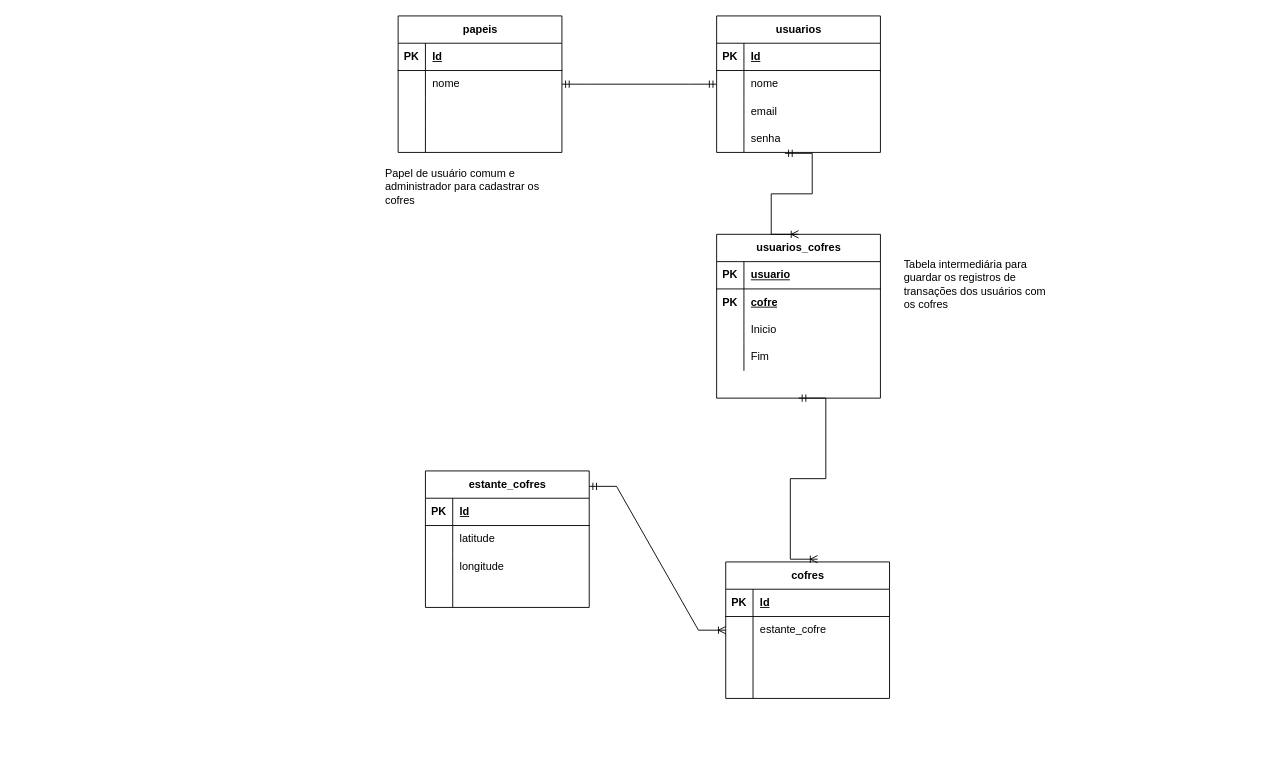
Antonio-Zago/CofreEletronico keeps this draw.io diagram as DER.drawio. Above is the earlier version. Source tidied: cells renumbered, new cells numbered last; positions are measured from the earlier drawing's top-left corner, leaving out a move shared by most shapes. Both pictures are drawn from the tidied source at 91%, with x=0, y=0 at pixel (379, 15).
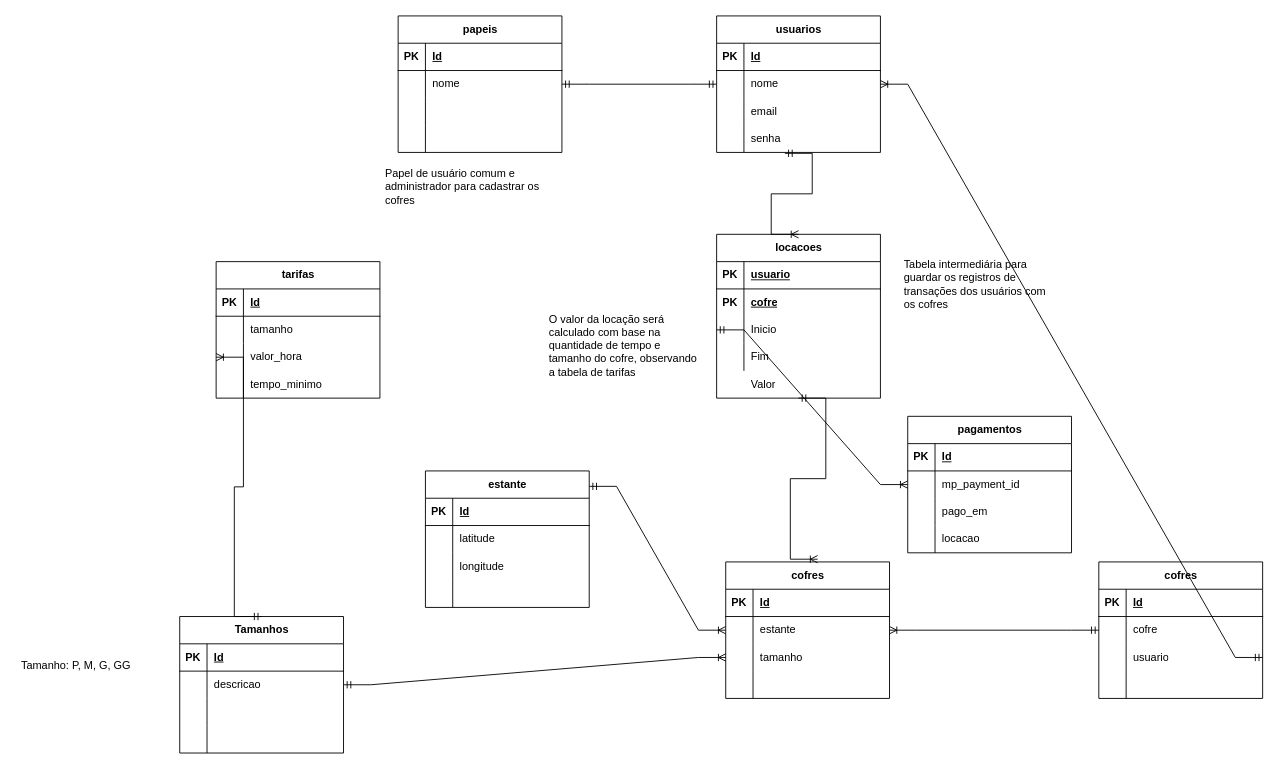
The same diagram, later.

The change refers to these unchanged cells:
```xml
<mxCell id="6" style="shape=tableRow;horizontal=0;startSize=0;swimlaneHead=0;swimlaneBody=0;fillColor=none;points=[[0,0.5],[1,0.5]];portConstraint=eastwest;top=0;left=0;right=0;bottom=0;" parent="2" vertex="1">
  <mxGeometry y="60" width="180" height="30" as="geometry" />
</mxCell>
<mxCell id="32" style="shape=tableRow;horizontal=0;startSize=0;swimlaneHead=0;swimlaneBody=0;fillColor=none;points=[[0,0.5],[1,0.5]];portConstraint=eastwest;top=0;left=0;right=0;bottom=0;" parent="28" vertex="1">
  <mxGeometry y="60" width="180" height="30" as="geometry" />
</mxCell>
<mxCell id="35" style="shape=tableRow;horizontal=0;startSize=0;swimlaneHead=0;swimlaneBody=0;fillColor=none;points=[[0,0.5],[1,0.5]];portConstraint=eastwest;top=0;left=0;right=0;bottom=0;" parent="28" vertex="1">
  <mxGeometry y="90" width="180" height="30" as="geometry" />
</mxCell>
<mxCell id="49" style="shape=tableRow;horizontal=0;startSize=0;swimlaneHead=0;swimlaneBody=0;fillColor=none;points=[[0,0.5],[1,0.5]];portConstraint=eastwest;top=0;left=0;right=0;bottom=0;" parent="42" vertex="1">
  <mxGeometry y="90" width="180" height="30" as="geometry" />
</mxCell>
```

What changed in the source:
```diff
@@
-    <mxCell id="15" value="estante_cofres" style="shape=table;startSize=30;childLayout=tableLayout;rowLines=0;fontStyle=1;align=center;html=1;" parent="1" vertex="1">
+    <mxCell id="15" value="estante" style="shape=table;startSize=30;childLayout=tableLayout;rowLines=0;fontStyle=1;align=center;html=1;" parent="1" vertex="1">
       <mxGeometry x="50" y="500" width="180" height="150" as="geometry" />
     </mxCell>
@@
-    <mxCell id="34" value="estante_cofre" style="shape=partialRectangle;fillColor=none;top=0;left=0;bottom=0;right=0;align=left;spacingLeft=6;overflow=hidden;whiteSpace=wrap;html=1;" parent="32" vertex="1">
+    <mxCell id="34" value="estante" style="shape=partialRectangle;fillColor=none;top=0;left=0;bottom=0;right=0;align=left;spacingLeft=6;overflow=hidden;whiteSpace=wrap;html=1;" parent="32" vertex="1">
       <mxGeometry x="30" width="150" height="30" as="geometry" />
     </mxCell>
@@
-    <mxCell id="37" style="shape=partialRectangle;fillColor=none;top=0;left=0;bottom=0;right=0;align=left;spacingLeft=6;overflow=hidden;whiteSpace=wrap;html=1;" parent="35" vertex="1">
+    <mxCell id="37" value="tamanho" style="shape=partialRectangle;fillColor=none;top=0;left=0;bottom=0;right=0;align=left;spacingLeft=6;overflow=hidden;whiteSpace=wrap;html=1;" parent="35" vertex="1">
       <mxGeometry x="30" width="150" height="30" as="geometry" />
     </mxCell>
@@
-    <mxCell id="42" value="usuarios_cofres" style="shape=table;startSize=30;childLayout=tableLayout;rowLines=0;fontStyle=1;align=center;html=1;" parent="1" vertex="1">
+    <mxCell id="42" value="locacoes" style="shape=table;startSize=30;childLayout=tableLayout;rowLines=0;fontStyle=1;align=center;html=1;" parent="1" vertex="1">
       <mxGeometry x="370" y="240" width="180" height="180" as="geometry" />
     </mxCell>
@@
+    <mxCell id="77" value="tarifas" style="shape=table;startSize=30;childLayout=tableLayout;rowLines=0;fontStyle=1;align=center;html=1;" parent="1" vertex="1">
+      <mxGeometry x="-180" y="270" width="180" height="150" as="geometry" />
+    </mxCell>
+    <mxCell id="78" style="shape=tableRow;horizontal=0;startSize=0;swimlaneHead=0;swimlaneBody=0;fillColor=none;top=0;left=0;right=0;bottom=1;" parent="77" vertex="1">
+      <mxGeometry y="30" width="180" height="30" as="geometry" />
+    </mxCell>
+    <mxCell id="79" value="PK" style="shape=partialRectangle;fillColor=none;top=0;left=0;bottom=0;right=0;fontStyle=1;overflow=hidden;whiteSpace=wrap;html=1;" parent="78" vertex="1">
+      <mxGeometry width="30" height="30" as="geometry" />
+    </mxCell>
+    <mxCell id="80" value="Id" style="shape=partialRectangle;fillColor=none;top=0;left=0;bottom=0;right=0;align=left;spacingLeft=6;fontStyle=5;overflow=hidden;whiteSpace=wrap;html=1;" parent="78" vertex="1">
+      <mxGeometry x="30" width="150" height="30" as="geometry" />
+    </mxCell>
+    <mxCell id="81" style="shape=tableRow;horizontal=0;startSize=0;swimlaneHead=0;swimlaneBody=0;fillColor=none;top=0;left=0;right=0;bottom=0;" parent="77" vertex="1">
+      <mxGeometry y="60" width="180" height="30" as="geometry" />
+    </mxCell>
+    <mxCell id="82" style="shape=partialRectangle;fillColor=none;top=0;left=0;bottom=0;right=0;overflow=hidden;whiteSpace=wrap;html=1;" parent="81" vertex="1">
+      <mxGeometry width="30" height="30" as="geometry" />
+    </mxCell>
+    <mxCell id="83" value="tamanho" style="shape=partialRectangle;fillColor=none;top=0;left=0;bottom=0;right=0;align=left;spacingLeft=6;overflow=hidden;whiteSpace=wrap;html=1;" parent="81" vertex="1">
+      <mxGeometry x="30" width="150" height="30" as="geometry" />
+    </mxCell>
+    <mxCell id="84" style="shape=tableRow;horizontal=0;startSize=0;swimlaneHead=0;swimlaneBody=0;fillColor=none;points=[[0,0.5],[1,0.5]];portConstraint=eastwest;top=0;left=0;right=0;bottom=0;" parent="77" vertex="1">
+      <mxGeometry y="90" width="180" height="30" as="geometry" />
+    </mxCell>
+    <mxCell id="85" style="shape=partialRectangle;fillColor=none;top=0;left=0;bottom=0;right=0;overflow=hidden;whiteSpace=wrap;html=1;" parent="84" vertex="1">
+      <mxGeometry width="30" height="30" as="geometry" />
+    </mxCell>
+    <mxCell id="86" value="valor_hora" style="shape=partialRectangle;fillColor=none;top=0;left=0;bottom=0;right=0;align=left;spacingLeft=6;overflow=hidden;whiteSpace=wrap;html=1;" parent="84" vertex="1">
+      <mxGeometry x="30" width="150" height="30" as="geometry" />
+    </mxCell>
+    <mxCell id="87" style="shape=tableRow;horizontal=0;startSize=0;swimlaneHead=0;swimlaneBody=0;fillColor=none;top=0;left=0;right=0;bottom=0;" parent="77" vertex="1">
+      <mxGeometry y="120" width="180" height="30" as="geometry" />
+    </mxCell>
+    <mxCell id="88" style="shape=partialRectangle;fillColor=none;top=0;left=0;bottom=0;right=0;overflow=hidden;whiteSpace=wrap;html=1;" parent="87" vertex="1">
+      <mxGeometry width="30" height="30" as="geometry" />
+    </mxCell>
+    <mxCell id="89" value="tempo_minimo" style="shape=partialRectangle;fillColor=none;top=0;left=0;bottom=0;right=0;align=left;spacingLeft=6;overflow=hidden;whiteSpace=wrap;html=1;" parent="87" vertex="1">
+      <mxGeometry x="30" width="150" height="30" as="geometry" />
+    </mxCell>
+    <mxCell id="90" value="Tamanho: P, M, G, GG" style="text;strokeColor=none;fillColor=none;spacingLeft=4;spacingRight=4;overflow=hidden;fontSize=12;whiteSpace=wrap;html=1;" parent="1" vertex="1">
+      <mxGeometry x="-400" y="700" width="180" height="50" as="geometry" />
+    </mxCell>
+    <mxCell id="91" value="Tamanhos" style="shape=table;startSize=30;childLayout=tableLayout;rowLines=0;fontStyle=1;align=center;html=1;" parent="1" vertex="1">
+      <mxGeometry x="-220" y="660" width="180" height="150" as="geometry" />
+    </mxCell>
+    <mxCell id="92" style="shape=tableRow;horizontal=0;startSize=0;swimlaneHead=0;swimlaneBody=0;fillColor=none;top=0;left=0;right=0;bottom=1;" parent="91" vertex="1">
+      <mxGeometry y="30" width="180" height="30" as="geometry" />
+    </mxCell>
+    <mxCell id="93" value="PK" style="shape=partialRectangle;fillColor=none;top=0;left=0;bottom=0;right=0;fontStyle=1;overflow=hidden;whiteSpace=wrap;html=1;" parent="92" vertex="1">
+      <mxGeometry width="30" height="30" as="geometry" />
+    </mxCell>
+    <mxCell id="94" value="Id" style="shape=partialRectangle;fillColor=none;top=0;left=0;bottom=0;right=0;align=left;spacingLeft=6;fontStyle=5;overflow=hidden;whiteSpace=wrap;html=1;" parent="92" vertex="1">
+      <mxGeometry x="30" width="150" height="30" as="geometry" />
+    </mxCell>
+    <mxCell id="95" style="shape=tableRow;horizontal=0;startSize=0;swimlaneHead=0;swimlaneBody=0;fillColor=none;points=[[0,0.5],[1,0.5]];portConstraint=eastwest;top=0;left=0;right=0;bottom=0;" parent="91" vertex="1">
+      <mxGeometry y="60" width="180" height="30" as="geometry" />
+    </mxCell>
+    <mxCell id="96" style="shape=partialRectangle;fillColor=none;top=0;left=0;bottom=0;right=0;overflow=hidden;whiteSpace=wrap;html=1;" parent="95" vertex="1">
+      <mxGeometry width="30" height="30" as="geometry" />
+    </mxCell>
+    <mxCell id="97" value="descricao" style="shape=partialRectangle;fillColor=none;top=0;left=0;bottom=0;right=0;align=left;spacingLeft=6;overflow=hidden;whiteSpace=wrap;html=1;" parent="95" vertex="1">
+      <mxGeometry x="30" width="150" height="30" as="geometry" />
+    </mxCell>
+    <mxCell id="98" style="shape=tableRow;horizontal=0;startSize=0;swimlaneHead=0;swimlaneBody=0;fillColor=none;top=0;left=0;right=0;bottom=0;" parent="91" vertex="1">
+      <mxGeometry y="90" width="180" height="30" as="geometry" />
+    </mxCell>
+    <mxCell id="99" style="shape=partialRectangle;fillColor=none;top=0;left=0;bottom=0;right=0;overflow=hidden;whiteSpace=wrap;html=1;" parent="98" vertex="1">
+      <mxGeometry width="30" height="30" as="geometry" />
+    </mxCell>
+    <mxCell id="100" style="shape=partialRectangle;fillColor=none;top=0;left=0;bottom=0;right=0;align=left;spacingLeft=6;overflow=hidden;whiteSpace=wrap;html=1;" parent="98" vertex="1">
+      <mxGeometry x="30" width="150" height="30" as="geometry" />
+    </mxCell>
+    <mxCell id="101" style="shape=tableRow;horizontal=0;startSize=0;swimlaneHead=0;swimlaneBody=0;fillColor=none;top=0;left=0;right=0;bottom=0;" parent="91" vertex="1">
+      <mxGeometry y="120" width="180" height="30" as="geometry" />
+    </mxCell>
+    <mxCell id="102" style="shape=partialRectangle;fillColor=none;top=0;left=0;bottom=0;right=0;overflow=hidden;whiteSpace=wrap;html=1;" parent="101" vertex="1">
+      <mxGeometry width="30" height="30" as="geometry" />
+    </mxCell>
+    <mxCell id="103" style="shape=partialRectangle;fillColor=none;top=0;left=0;bottom=0;right=0;align=left;spacingLeft=6;overflow=hidden;whiteSpace=wrap;html=1;" parent="101" vertex="1">
+      <mxGeometry x="30" width="150" height="30" as="geometry" />
+    </mxCell>
+    <mxCell id="104" style="edgeStyle=entityRelationEdgeStyle;fontSize=12;html=1;endArrow=ERoneToMany;startArrow=ERmandOne;rounded=0;exitX=1;exitY=0.5;exitDx=0;exitDy=0;entryX=0;entryY=0.5;entryDx=0;entryDy=0;" parent="1" edge="1" source="95" target="35">
+      <mxGeometry relative="1" as="geometry">
+        <Array as="points">
+          <mxPoint x="12" y="855" />
+          <mxPoint x="92" y="925" />
+          <mxPoint x="72" y="935" />
+          <mxPoint x="82" y="902" />
+          <mxPoint x="32" y="955" />
+        </Array>
+      </mxGeometry>
+    </mxCell>
+    <mxCell id="105" style="edgeStyle=entityRelationEdgeStyle;fontSize=12;html=1;endArrow=ERoneToMany;startArrow=ERmandOne;rounded=0;exitX=0.5;exitY=0;exitDx=0;exitDy=0;entryX=0;entryY=0.5;entryDx=0;entryDy=0;" parent="1" edge="1" source="91" target="84">
+      <mxGeometry relative="1" as="geometry">
+        <Array as="points">
+          <mxPoint x="-388" y="670" />
+          <mxPoint x="-308" y="740" />
+          <mxPoint x="-328" y="750" />
+          <mxPoint x="-318" y="717" />
+          <mxPoint x="-368" y="770" />
+        </Array>
+      </mxGeometry>
+    </mxCell>
+    <mxCell id="106" value="O valor da locação será calculado com base na quantidade de tempo e tamanho do cofre, observando a tabela de tarifas" style="text;strokeColor=none;fillColor=none;spacingLeft=4;spacingRight=4;overflow=hidden;fontSize=12;whiteSpace=wrap;html=1;" parent="1" vertex="1">
+      <mxGeometry x="180" y="320" width="180" height="100" as="geometry" />
+    </mxCell>
+    <mxCell id="107" value="Valor" style="shape=partialRectangle;fillColor=none;top=0;left=0;bottom=0;right=0;align=left;spacingLeft=6;overflow=hidden;whiteSpace=wrap;html=1;" parent="1" vertex="1">
+      <mxGeometry x="400" y="390" width="150" height="30" as="geometry" />
+    </mxCell>
+    <mxCell id="108" value="pagamentos" style="shape=table;startSize=30;childLayout=tableLayout;rowLines=0;fontStyle=1;align=center;html=1;" parent="1" vertex="1">
+      <mxGeometry x="580" y="440" width="180" height="150" as="geometry" />
+    </mxCell>
+    <mxCell id="109" style="shape=tableRow;horizontal=0;startSize=0;swimlaneHead=0;swimlaneBody=0;fillColor=none;top=0;left=0;right=0;bottom=1;" parent="108" vertex="1">
+      <mxGeometry y="30" width="180" height="30" as="geometry" />
+    </mxCell>
+    <mxCell id="110" value="PK" style="shape=partialRectangle;fillColor=none;top=0;left=0;bottom=0;right=0;fontStyle=1;overflow=hidden;whiteSpace=wrap;html=1;" parent="109" vertex="1">
+      <mxGeometry width="30" height="30" as="geometry" />
+    </mxCell>
+    <mxCell id="111" value="Id" style="shape=partialRectangle;fillColor=none;top=0;left=0;bottom=0;right=0;align=left;spacingLeft=6;fontStyle=5;overflow=hidden;whiteSpace=wrap;html=1;" parent="109" vertex="1">
+      <mxGeometry x="30" width="150" height="30" as="geometry" />
+    </mxCell>
+    <mxCell id="112" style="shape=tableRow;horizontal=0;startSize=0;swimlaneHead=0;swimlaneBody=0;fillColor=none;points=[[0,0.5],[1,0.5]];portConstraint=eastwest;top=0;left=0;right=0;bottom=0;" parent="108" vertex="1">
+      <mxGeometry y="60" width="180" height="30" as="geometry" />
+    </mxCell>
+    <mxCell id="113" style="shape=partialRectangle;fillColor=none;top=0;left=0;bottom=0;right=0;overflow=hidden;whiteSpace=wrap;html=1;" parent="112" vertex="1">
+      <mxGeometry width="30" height="30" as="geometry" />
+    </mxCell>
+    <mxCell id="114" value="mp_payment_id" style="shape=partialRectangle;fillColor=none;top=0;left=0;bottom=0;right=0;align=left;spacingLeft=6;overflow=hidden;whiteSpace=wrap;html=1;" parent="112" vertex="1">
+      <mxGeometry x="30" width="150" height="30" as="geometry" />
+    </mxCell>
+    <mxCell id="115" style="shape=tableRow;horizontal=0;startSize=0;swimlaneHead=0;swimlaneBody=0;fillColor=none;top=0;left=0;right=0;bottom=0;" parent="108" vertex="1">
+      <mxGeometry y="90" width="180" height="30" as="geometry" />
+    </mxCell>
+    <mxCell id="116" style="shape=partialRectangle;fillColor=none;top=0;left=0;bottom=0;right=0;overflow=hidden;whiteSpace=wrap;html=1;" parent="115" vertex="1">
+      <mxGeometry width="30" height="30" as="geometry" />
+    </mxCell>
+    <mxCell id="117" value="pago_em" style="shape=partialRectangle;fillColor=none;top=0;left=0;bottom=0;right=0;align=left;spacingLeft=6;overflow=hidden;whiteSpace=wrap;html=1;" parent="115" vertex="1">
+      <mxGeometry x="30" width="150" height="30" as="geometry" />
+    </mxCell>
+    <mxCell id="118" style="shape=tableRow;horizontal=0;startSize=0;swimlaneHead=0;swimlaneBody=0;fillColor=none;top=0;left=0;right=0;bottom=0;" parent="108" vertex="1">
+      <mxGeometry y="120" width="180" height="30" as="geometry" />
+    </mxCell>
+    <mxCell id="119" style="shape=partialRectangle;fillColor=none;top=0;left=0;bottom=0;right=0;overflow=hidden;whiteSpace=wrap;html=1;" parent="118" vertex="1">
+      <mxGeometry width="30" height="30" as="geometry" />
+    </mxCell>
+    <mxCell id="120" value="locacao" style="shape=partialRectangle;fillColor=none;top=0;left=0;bottom=0;right=0;align=left;spacingLeft=6;overflow=hidden;whiteSpace=wrap;html=1;" parent="118" vertex="1">
+      <mxGeometry x="30" width="150" height="30" as="geometry" />
+    </mxCell>
+    <mxCell id="121" style="edgeStyle=entityRelationEdgeStyle;fontSize=12;html=1;endArrow=ERoneToMany;startArrow=ERmandOne;rounded=0;entryX=0;entryY=0.5;entryDx=0;entryDy=0;exitX=0;exitY=0.5;exitDx=0;exitDy=0;" parent="1" edge="1" source="49" target="112">
+      <mxGeometry relative="1" as="geometry">
+        <Array as="points">
+          <mxPoint x="610" y="701" />
+          <mxPoint x="690" y="771" />
+          <mxPoint x="670" y="781" />
+          <mxPoint x="680" y="748" />
+          <mxPoint x="630" y="801" />
+        </Array>
+      </mxGeometry>
+    </mxCell>
+    <mxCell id="122" value="cofres" style="shape=table;startSize=30;childLayout=tableLayout;rowLines=0;fontStyle=1;align=center;html=1;" parent="1" vertex="1">
+      <mxGeometry x="790" y="600" width="180" height="150" as="geometry" />
+    </mxCell>
+    <mxCell id="123" style="shape=tableRow;horizontal=0;startSize=0;swimlaneHead=0;swimlaneBody=0;fillColor=none;top=0;left=0;right=0;bottom=1;" parent="122" vertex="1">
+      <mxGeometry y="30" width="180" height="30" as="geometry" />
+    </mxCell>
+    <mxCell id="124" value="PK" style="shape=partialRectangle;fillColor=none;top=0;left=0;bottom=0;right=0;fontStyle=1;overflow=hidden;whiteSpace=wrap;html=1;" parent="123" vertex="1">
+      <mxGeometry width="30" height="30" as="geometry" />
+    </mxCell>
+    <mxCell id="125" value="Id" style="shape=partialRectangle;fillColor=none;top=0;left=0;bottom=0;right=0;align=left;spacingLeft=6;fontStyle=5;overflow=hidden;whiteSpace=wrap;html=1;" parent="123" vertex="1">
+      <mxGeometry x="30" width="150" height="30" as="geometry" />
+    </mxCell>
+    <mxCell id="126" style="shape=tableRow;horizontal=0;startSize=0;swimlaneHead=0;swimlaneBody=0;fillColor=none;points=[[0,0.5],[1,0.5]];portConstraint=eastwest;top=0;left=0;right=0;bottom=0;" parent="122" vertex="1">
+      <mxGeometry y="60" width="180" height="30" as="geometry" />
+    </mxCell>
+    <mxCell id="127" style="shape=partialRectangle;fillColor=none;top=0;left=0;bottom=0;right=0;overflow=hidden;whiteSpace=wrap;html=1;" parent="126" vertex="1">
+      <mxGeometry width="30" height="30" as="geometry" />
+    </mxCell>
+    <mxCell id="128" value="cofre" style="shape=partialRectangle;fillColor=none;top=0;left=0;bottom=0;right=0;align=left;spacingLeft=6;overflow=hidden;whiteSpace=wrap;html=1;" parent="126" vertex="1">
+      <mxGeometry x="30" width="150" height="30" as="geometry" />
+    </mxCell>
+    <mxCell id="129" style="shape=tableRow;horizontal=0;startSize=0;swimlaneHead=0;swimlaneBody=0;fillColor=none;points=[[0,0.5],[1,0.5]];portConstraint=eastwest;top=0;left=0;right=0;bottom=0;" parent="122" vertex="1">
+      <mxGeometry y="90" width="180" height="30" as="geometry" />
+    </mxCell>
+    <mxCell id="130" style="shape=partialRectangle;fillColor=none;top=0;left=0;bottom=0;right=0;overflow=hidden;whiteSpace=wrap;html=1;" parent="129" vertex="1">
+      <mxGeometry width="30" height="30" as="geometry" />
+    </mxCell>
+    <mxCell id="131" value="usuario" style="shape=partialRectangle;fillColor=none;top=0;left=0;bottom=0;right=0;align=left;spacingLeft=6;overflow=hidden;whiteSpace=wrap;html=1;" parent="129" vertex="1">
+      <mxGeometry x="30" width="150" height="30" as="geometry" />
+    </mxCell>
+    <mxCell id="132" style="shape=tableRow;horizontal=0;startSize=0;swimlaneHead=0;swimlaneBody=0;fillColor=none;top=0;left=0;right=0;bottom=0;" parent="122" vertex="1">
+      <mxGeometry y="120" width="180" height="30" as="geometry" />
+    </mxCell>
+    <mxCell id="133" style="shape=partialRectangle;fillColor=none;top=0;left=0;bottom=0;right=0;overflow=hidden;whiteSpace=wrap;html=1;" parent="132" vertex="1">
+      <mxGeometry width="30" height="30" as="geometry" />
+    </mxCell>
+    <mxCell id="134" style="shape=partialRectangle;fillColor=none;top=0;left=0;bottom=0;right=0;align=left;spacingLeft=6;overflow=hidden;whiteSpace=wrap;html=1;" parent="132" vertex="1">
+      <mxGeometry x="30" width="150" height="30" as="geometry" />
+    </mxCell>
+    <mxCell id="135" style="edgeStyle=entityRelationEdgeStyle;fontSize=12;html=1;endArrow=ERoneToMany;startArrow=ERmandOne;rounded=0;exitX=0;exitY=0.5;exitDx=0;exitDy=0;entryX=1;entryY=0.5;entryDx=0;entryDy=0;" parent="1" edge="1" source="126" target="32">
+      <mxGeometry relative="1" as="geometry">
+        <Array as="points">
+          <mxPoint x="418.5" y="764" />
+          <mxPoint x="498.5" y="834" />
+          <mxPoint x="478.5" y="844" />
+          <mxPoint x="488.5" y="811" />
+          <mxPoint x="438.5" y="864" />
+        </Array>
+      </mxGeometry>
+    </mxCell>
+    <mxCell id="136" style="edgeStyle=entityRelationEdgeStyle;fontSize=12;html=1;endArrow=ERoneToMany;startArrow=ERmandOne;rounded=0;exitX=1;exitY=0.5;exitDx=0;exitDy=0;entryX=1;entryY=0.5;entryDx=0;entryDy=0;" parent="1" edge="1" source="129" target="6">
+      <mxGeometry relative="1" as="geometry">
+        <Array as="points">
+          <mxPoint x="1020" y="529" />
+          <mxPoint x="1100" y="599" />
+          <mxPoint x="1080" y="609" />
+          <mxPoint x="1090" y="576" />
+          <mxPoint x="1040" y="629" />
+        </Array>
+      </mxGeometry>
+    </mxCell>
```
